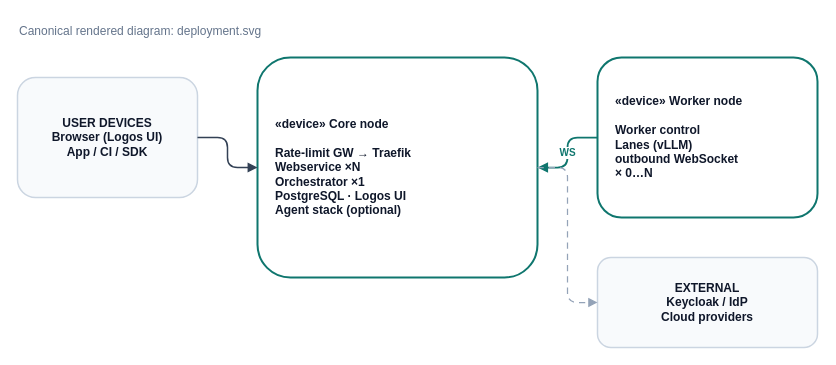
This is page "Deployment" (2 of 4) of logos/docs/static/img/system-design/system-design.drawio from ls1intum/edutelligence, a draw.io file, before an edit. Source tidied: cells renumbered, new cells numbered last; positions are measured from the earlier drawing's top-left corner, leaving out a move shared by most shapes. Both pictures are drawn from the tidied source at 100%, with x=0, y=0 at pixel (17, 17).
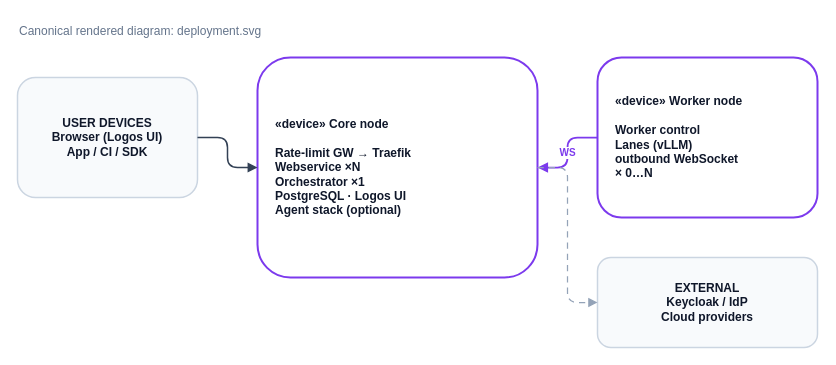
The same page after the edit.

Diff of the diagram source:
```diff
@@
 <mxGraphModel>
   <root>
     <mxCell id="0" />
     <mxCell id="1" parent="0" />
     <mxCell id="2" value="Canonical rendered diagram: deployment.svg" style="text;html=1;strokeColor=none;fillColor=none;align=left;fontFamily=Helvetica;fontSize=12;fontColor=#64748B;" parent="1" vertex="1">
       <mxGeometry width="400" height="24" as="geometry" />
     </mxCell>
     <mxCell id="3" value="USER DEVICES&#10;Browser (Logos UI)&#10;App / CI / SDK" style="rounded=1;whiteSpace=wrap;html=1;fillColor=#F8FAFC;strokeColor=#CBD5E1;strokeWidth=1.5;fontFamily=Helvetica;fontSize=12;fontStyle=1;fontColor=#0F172A;align=center;" parent="1" vertex="1">
       <mxGeometry y="60" width="180" height="120" as="geometry" />
     </mxCell>
-    <mxCell id="4" value="«device» Core node&#10;&#10;Rate-limit GW → Traefik&#10;Webservice ×N&#10;Orchestrator ×1&#10;PostgreSQL · Logos UI&#10;Agent stack (optional)" style="rounded=1;whiteSpace=wrap;html=1;fillColor=#FFFFFF;strokeColor=#0F766E;strokeWidth=2;fontFamily=Helvetica;fontSize=12;fontStyle=1;fontColor=#0F172A;align=left;spacingLeft=16;" parent="1" vertex="1">
+    <mxCell id="4" value="«device» Core node&#10;&#10;Rate-limit GW → Traefik&#10;Webservice ×N&#10;Orchestrator ×1&#10;PostgreSQL · Logos UI&#10;Agent stack (optional)" style="rounded=1;whiteSpace=wrap;html=1;fillColor=#FFFFFF;strokeColor=#7C3AED;strokeWidth=2;fontFamily=Helvetica;fontSize=12;fontStyle=1;fontColor=#0F172A;align=left;spacingLeft=16;" parent="1" vertex="1">
       <mxGeometry x="240" y="40" width="280" height="220" as="geometry" />
     </mxCell>
-    <mxCell id="5" value="«device» Worker node&#10;&#10;Worker control&#10;Lanes (vLLM)&#10;outbound WebSocket&#10;× 0…N" style="rounded=1;whiteSpace=wrap;html=1;fillColor=#FFFFFF;strokeColor=#0F766E;strokeWidth=2;fontFamily=Helvetica;fontSize=12;fontStyle=1;fontColor=#0F172A;align=left;spacingLeft=16;" parent="1" vertex="1">
+    <mxCell id="5" value="«device» Worker node&#10;&#10;Worker control&#10;Lanes (vLLM)&#10;outbound WebSocket&#10;× 0…N" style="rounded=1;whiteSpace=wrap;html=1;fillColor=#FFFFFF;strokeColor=#7C3AED;strokeWidth=2;fontFamily=Helvetica;fontSize=12;fontStyle=1;fontColor=#0F172A;align=left;spacingLeft=16;" parent="1" vertex="1">
       <mxGeometry x="580" y="40" width="220" height="160" as="geometry" />
     </mxCell>
     <mxCell id="6" value="EXTERNAL&#10;Keycloak / IdP&#10;Cloud providers" style="rounded=1;whiteSpace=wrap;html=1;fillColor=#F8FAFC;strokeColor=#CBD5E1;strokeWidth=1.5;fontFamily=Helvetica;fontSize=12;fontStyle=1;fontColor=#0F172A;" parent="1" vertex="1">
       <mxGeometry x="580" y="240" width="220" height="90" as="geometry" />
     </mxCell>
     <mxCell id="7" style="edgeStyle=orthogonalEdgeStyle;rounded=1;html=1;strokeColor=#334155;strokeWidth=1.5;endArrow=block;endFill=1;" parent="1" edge="1" source="3" target="4">
       <mxGeometry relative="1" as="geometry" />
     </mxCell>
-    <mxCell id="8" value="WS" style="edgeStyle=orthogonalEdgeStyle;rounded=1;html=1;strokeColor=#0F766E;strokeWidth=1.75;endArrow=block;endFill=1;fontFamily=Helvetica;fontSize=10;fontColor=#0F766E;fontStyle=1;" parent="1" edge="1" source="5" target="4">
+    <mxCell id="8" value="WS" style="edgeStyle=orthogonalEdgeStyle;rounded=1;html=1;strokeColor=#7C3AED;strokeWidth=1.75;endArrow=block;endFill=1;fontFamily=Helvetica;fontSize=10;fontColor=#7C3AED;fontStyle=1;" parent="1" edge="1" source="5" target="4">
       <mxGeometry relative="1" as="geometry" />
     </mxCell>
     <mxCell id="9" style="edgeStyle=orthogonalEdgeStyle;rounded=1;html=1;strokeColor=#94A3B8;strokeWidth=1.25;dashed=1;dashPattern=5 4;endArrow=block;endFill=1;" parent="1" edge="1" source="4" target="6">
       <mxGeometry relative="1" as="geometry" />
     </mxCell>
   </root>
 </mxGraphModel>
```
